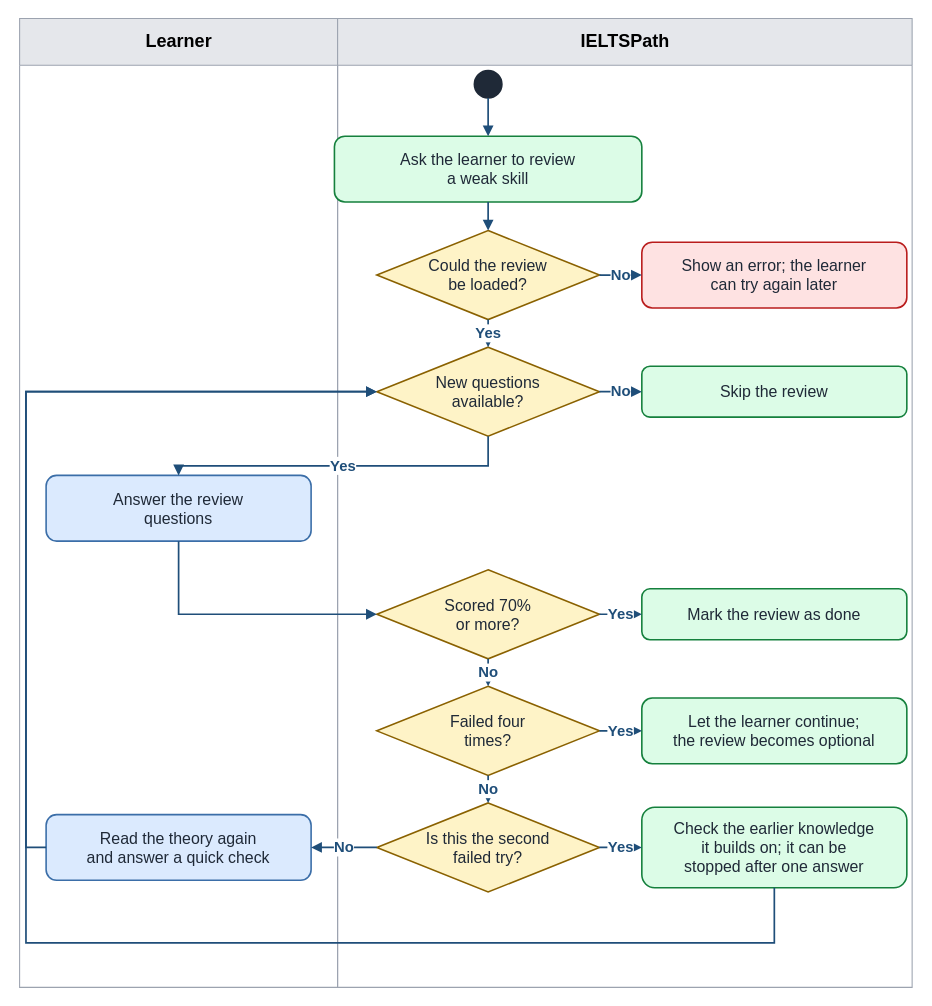
Above: report-3-software-requirement-specification/diagrams/business-flows/bf-02d-review.drawio in IeltsPath-Platform/report (draw.io), before the change. Source tidied: cells renumbered, new cells numbered last; positions are measured from the earlier drawing's top-left corner, leaving out a move shared by most shapes. Both pictures are drawn from the tidied source at 106%, with x=0, y=0 at pixel (19, 18).
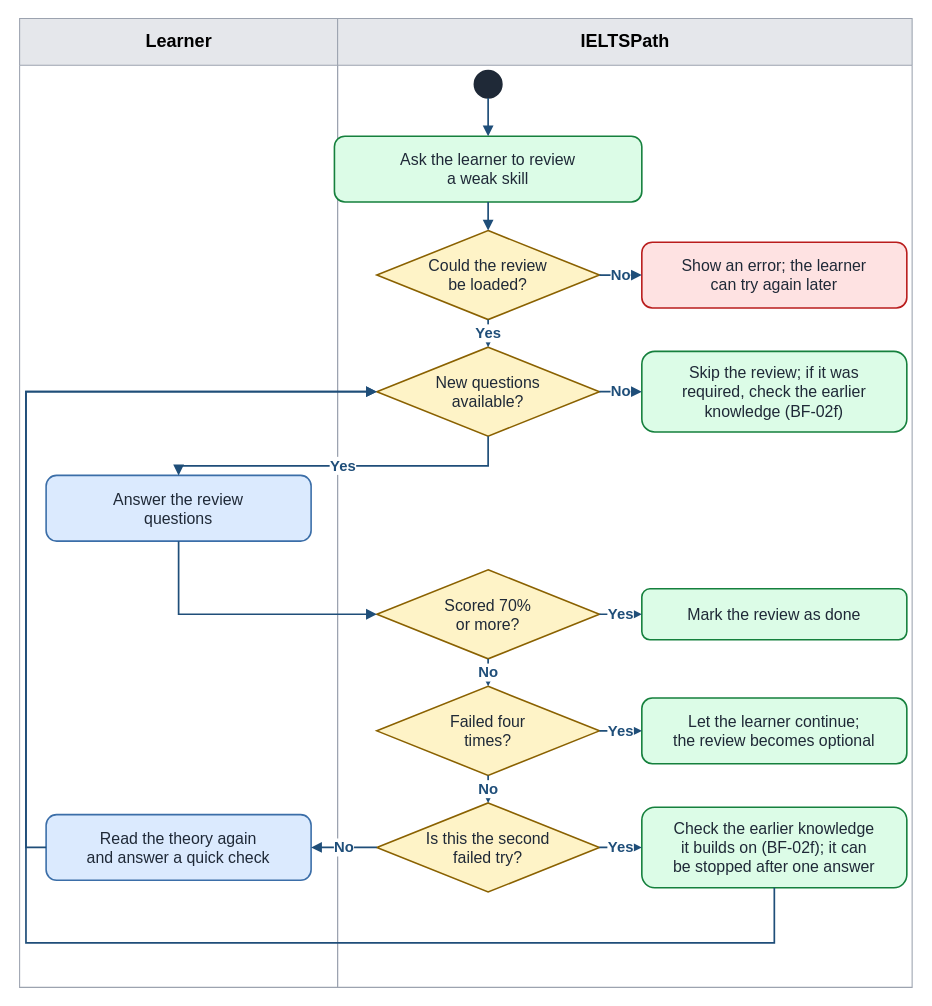
Above is the later version.

Commit message (it also covers changes not shown here):
docs(srs): add the mistake tracking and prerequisite check business flows

What changed in the source:
```diff
@@
-    <mxCell id="9" value="Skip the review" style="rounded=1;arcSize=16;whiteSpace=wrap;html=1;fillColor=#dcfce7;strokeColor=#15803d;strokeWidth=1.5;fontSize=15;fontColor=#1f2937;" parent="1" vertex="1">
-      <mxGeometry x="587" y="328" width="250" height="48" as="geometry" />
+    <mxCell id="9" value="Skip the review; if it was&lt;br&gt;required, check the earlier&lt;br&gt;knowledge (BF-02f)" style="rounded=1;arcSize=16;whiteSpace=wrap;html=1;fillColor=#dcfce7;strokeColor=#15803d;strokeWidth=1.5;fontSize=15;fontColor=#1f2937;" parent="1" vertex="1">
+      <mxGeometry x="587" y="314" width="250" height="76" as="geometry" />
     </mxCell>
@@
-    <mxCell id="16" value="Check the earlier knowledge&lt;br&gt;it builds on; it can be&lt;br&gt;stopped after one answer" style="rounded=1;arcSize=16;whiteSpace=wrap;html=1;fillColor=#dcfce7;strokeColor=#15803d;strokeWidth=1.5;fontSize=15;fontColor=#1f2937;" parent="1" vertex="1">
+    <mxCell id="16" value="Check the earlier knowledge&lt;br&gt;it builds on (BF-02f); it can&lt;br&gt;be stopped after one answer" style="rounded=1;arcSize=16;whiteSpace=wrap;html=1;fillColor=#dcfce7;strokeColor=#15803d;strokeWidth=1.5;fontSize=15;fontColor=#1f2937;" parent="1" vertex="1">
       <mxGeometry x="587" y="744" width="250" height="76" as="geometry" />
     </mxCell>
```
